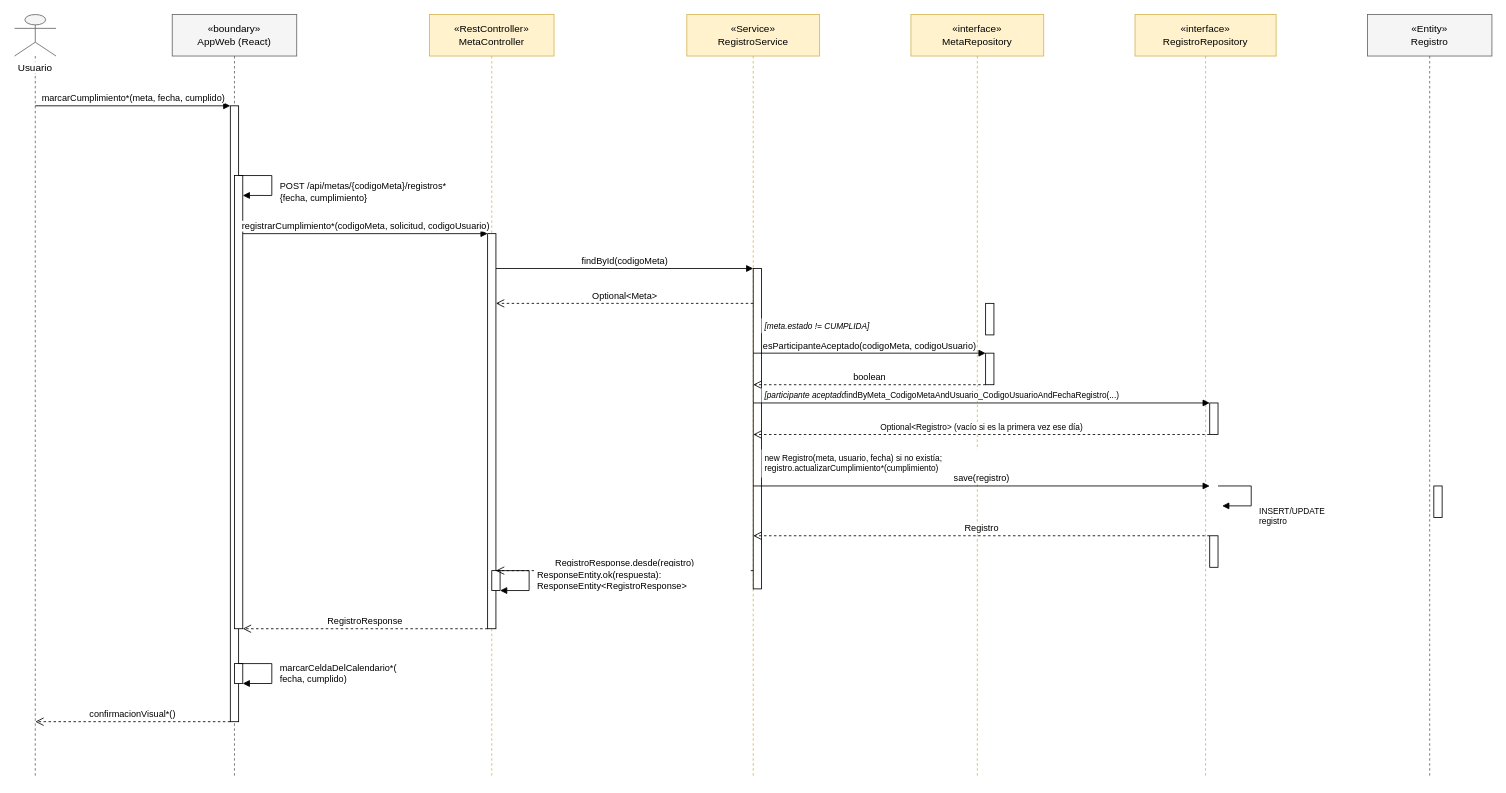
Before: docs/docs/Diagramas de secuencia/diagrama_secuencia_HU5.drawio in FelipeBeltranING/metamorfosis, a draw.io diagram. Source tidied: cells renumbered, new cells numbered last; positions are measured from the earlier drawing's top-left corner, leaving out a move shared by most shapes. Both pictures are drawn from the tidied source at 83%, with x=0, y=0 at pixel (14, 14).
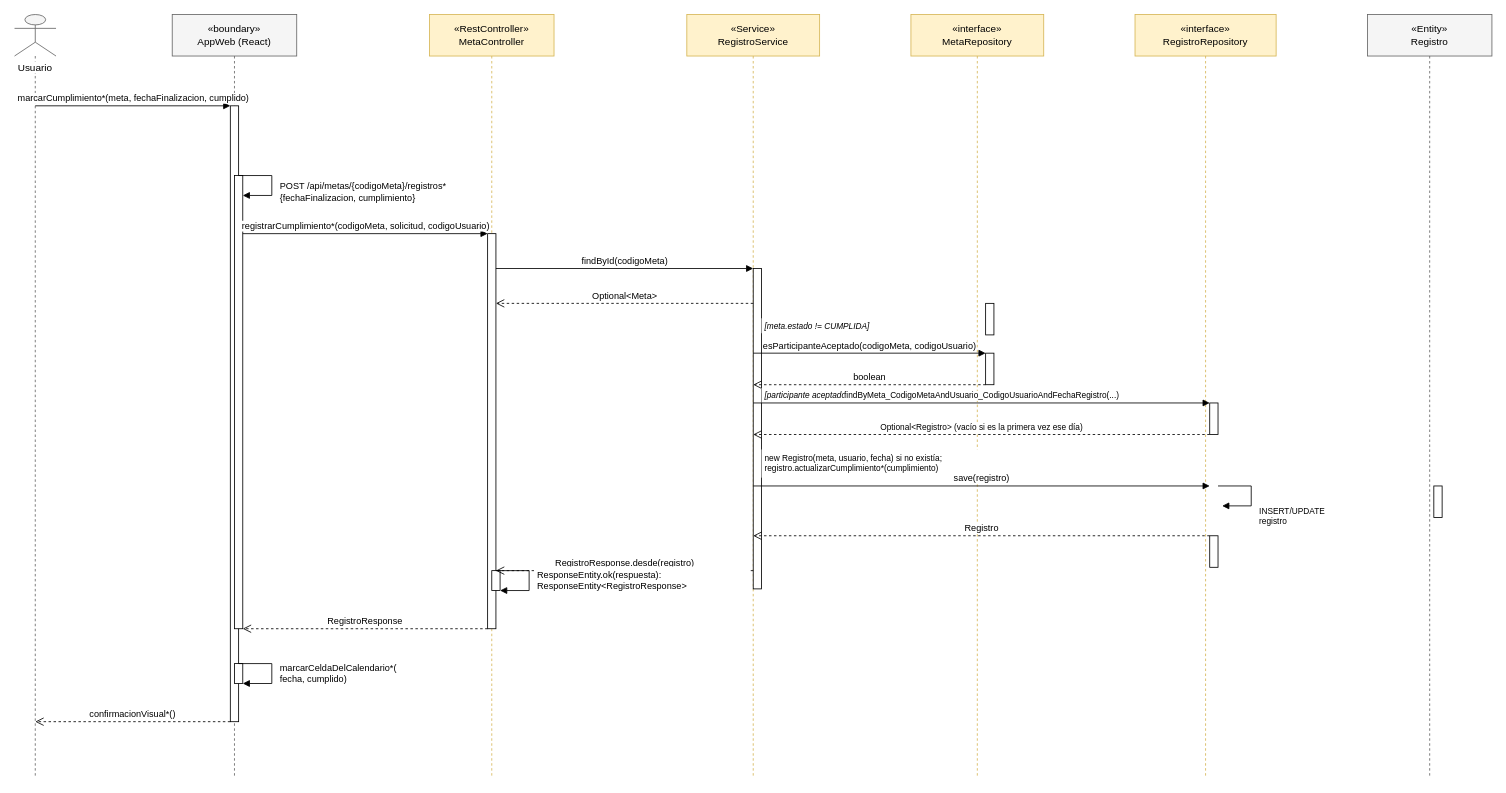
After the change.

Commit message (it also covers changes not shown here):
refactor(HU5): renombrar fecha a fechaFinalizacion en el contrato de la API

Change to the diagram source:
```diff
@@
-    <mxCell id="20" value="marcarCumplimiento*(meta, fecha, cumplido)" style="html=1;verticalAlign=bottom;endArrow=block;endFill=1;labelBackgroundColor=#FFFFFF;strokeColor=#000000;fontSize=11;" parent="1" edge="1">
+    <mxCell id="20" value="marcarCumplimiento*(meta, fechaFinalizacion, cumplido)" style="html=1;verticalAlign=bottom;endArrow=block;endFill=1;labelBackgroundColor=#FFFFFF;strokeColor=#000000;fontSize=11;" parent="1" edge="1">
       <mxGeometry relative="1" as="geometry">
         <mxPoint x="25" y="110" as="sourcePoint" />
         <mxPoint x="260" y="110" as="targetPoint" />
       </mxGeometry>
     </mxCell>
@@
-    <mxCell id="22" value="POST /api/metas/{codigoMeta}/registros*&lt;br&gt;{fecha, cumplimiento}" style="text;html=1;fillColor=#FFFFFF;strokeColor=none;align=left;verticalAlign=middle;fontSize=11;spacingLeft=2;spacingRight=2;whiteSpace=nowrap;" parent="1" vertex="1">
+    <mxCell id="22" value="POST /api/metas/{codigoMeta}/registros*&lt;br&gt;{fechaFinalizacion, cumplimiento}" style="text;html=1;fillColor=#FFFFFF;strokeColor=none;align=left;verticalAlign=middle;fontSize=11;spacingLeft=2;spacingRight=2;whiteSpace=nowrap;" parent="1" vertex="1">
       <mxGeometry x="316" y="197" width="230" height="34" as="geometry" />
     </mxCell>
```
